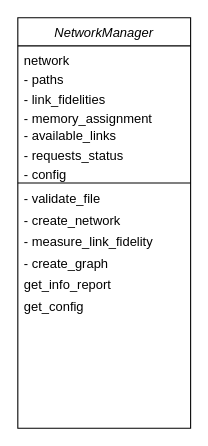
Before: Diagramas/Clase/NetWorkManager.drawio in davidpcuvigo/quantumcity, a draw.io diagram. Source tidied: cells renumbered, new cells numbered last; positions are measured from the earlier drawing's top-left corner, leaving out a move shared by most shapes. Both pictures are drawn from the tidied source at 108%, with x=0, y=0 at pixel (17, 17).
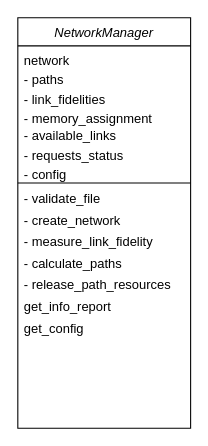
Above is the later version.

What changed in the source:
```diff
@@
 <mxGraphModel>
   <root>
     <mxCell id="0" />
     <mxCell id="1" parent="0" />
     <mxCell id="2" value="NetworkManager" style="swimlane;fontStyle=2;align=center;verticalAlign=top;horizontal=1;startSize=26;rounded=0;shadow=0;strokeWidth=1;" parent="1" vertex="1">
       <mxGeometry width="160" height="380" as="geometry" />
     </mxCell>
     <mxCell id="3" value="network" style="text;align=left;verticalAlign=top;spacingLeft=4;spacingRight=4;overflow=hidden;" parent="2" vertex="1">
       <mxGeometry y="26" width="160" height="18" as="geometry" />
     </mxCell>
     <mxCell id="4" value="- paths" style="text;align=left;verticalAlign=top;spacingLeft=4;spacingRight=4;overflow=hidden;rounded=0;shadow=0;html=0;" parent="2" vertex="1">
       <mxGeometry y="44" width="160" height="18" as="geometry" />
     </mxCell>
     <mxCell id="5" value="- link_fidelities" style="text;align=left;verticalAlign=top;spacingLeft=4;spacingRight=4;overflow=hidden;rounded=0;shadow=0;html=0;" parent="2" vertex="1">
       <mxGeometry y="62" width="160" height="18" as="geometry" />
     </mxCell>
     <mxCell id="6" value="- memory_assignment" style="text;align=left;verticalAlign=top;spacingLeft=4;spacingRight=4;overflow=hidden;rounded=0;shadow=0;html=0;" parent="2" vertex="1">
       <mxGeometry y="80" width="160" height="16" as="geometry" />
     </mxCell>
     <mxCell id="7" value="- available_links" style="text;align=left;verticalAlign=top;spacingLeft=4;spacingRight=4;overflow=hidden;rounded=0;shadow=0;html=0;" parent="2" vertex="1">
       <mxGeometry y="96" width="160" height="18" as="geometry" />
     </mxCell>
     <mxCell id="8" value="- requests_status" style="text;align=left;verticalAlign=top;spacingLeft=4;spacingRight=4;overflow=hidden;rounded=0;shadow=0;html=0;" parent="2" vertex="1">
       <mxGeometry y="114" width="160" height="18" as="geometry" />
     </mxCell>
     <mxCell id="9" value="- config" style="text;align=left;verticalAlign=top;spacingLeft=4;spacingRight=4;overflow=hidden;rounded=0;shadow=0;html=0;" parent="2" vertex="1">
       <mxGeometry y="132" width="160" height="20" as="geometry" />
     </mxCell>
     <mxCell id="10" style="line;html=1;strokeWidth=1;align=left;verticalAlign=middle;spacingTop=-1;spacingLeft=3;spacingRight=3;labelPosition=right;" parent="2" vertex="1">
       <mxGeometry y="152" width="160" height="2" as="geometry" />
     </mxCell>
     <mxCell id="11" value="- validate_file" style="text;align=left;verticalAlign=top;spacingLeft=4;spacingRight=4;overflow=hidden;" parent="2" vertex="1">
       <mxGeometry y="154" width="160" height="20" as="geometry" />
     </mxCell>
     <mxCell id="12" value="- create_network" style="text;align=left;verticalAlign=top;spacingLeft=4;spacingRight=4;overflow=hidden;" parent="2" vertex="1">
       <mxGeometry y="174" width="160" height="20" as="geometry" />
     </mxCell>
     <mxCell id="13" value="- measure_link_fidelity" style="text;align=left;verticalAlign=top;spacingLeft=4;spacingRight=4;overflow=hidden;" parent="2" vertex="1">
       <mxGeometry y="194" width="160" height="20" as="geometry" />
     </mxCell>
-    <mxCell id="14" value="- create_graph" style="text;align=left;verticalAlign=top;spacingLeft=4;spacingRight=4;overflow=hidden;" parent="2" vertex="1">
+    <mxCell id="14" value="- calculate_paths" style="text;align=left;verticalAlign=top;spacingLeft=4;spacingRight=4;overflow=hidden;" parent="2" vertex="1">
       <mxGeometry y="214" width="160" height="20" as="geometry" />
     </mxCell>
-    <mxCell id="15" value="get_info_report" style="text;align=left;verticalAlign=top;spacingLeft=4;spacingRight=4;overflow=hidden;" parent="2" vertex="1">
+    <mxCell id="15" value="- release_path_resources" style="text;align=left;verticalAlign=top;spacingLeft=4;spacingRight=4;overflow=hidden;" parent="2" vertex="1">
       <mxGeometry y="234" width="160" height="20" as="geometry" />
     </mxCell>
+    <mxCell id="17" value="get_info_report" style="text;align=left;verticalAlign=top;spacingLeft=4;spacingRight=4;overflow=hidden;" parent="2" vertex="1">
+      <mxGeometry y="254" width="160" height="20" as="geometry" />
+    </mxCell>
     <mxCell id="16" value="get_config" style="text;align=left;verticalAlign=top;spacingLeft=4;spacingRight=4;overflow=hidden;" parent="2" vertex="1">
-      <mxGeometry y="254" width="160" height="20" as="geometry" />
+      <mxGeometry y="274" width="160" height="20" as="geometry" />
     </mxCell>
   </root>
 </mxGraphModel>
```
